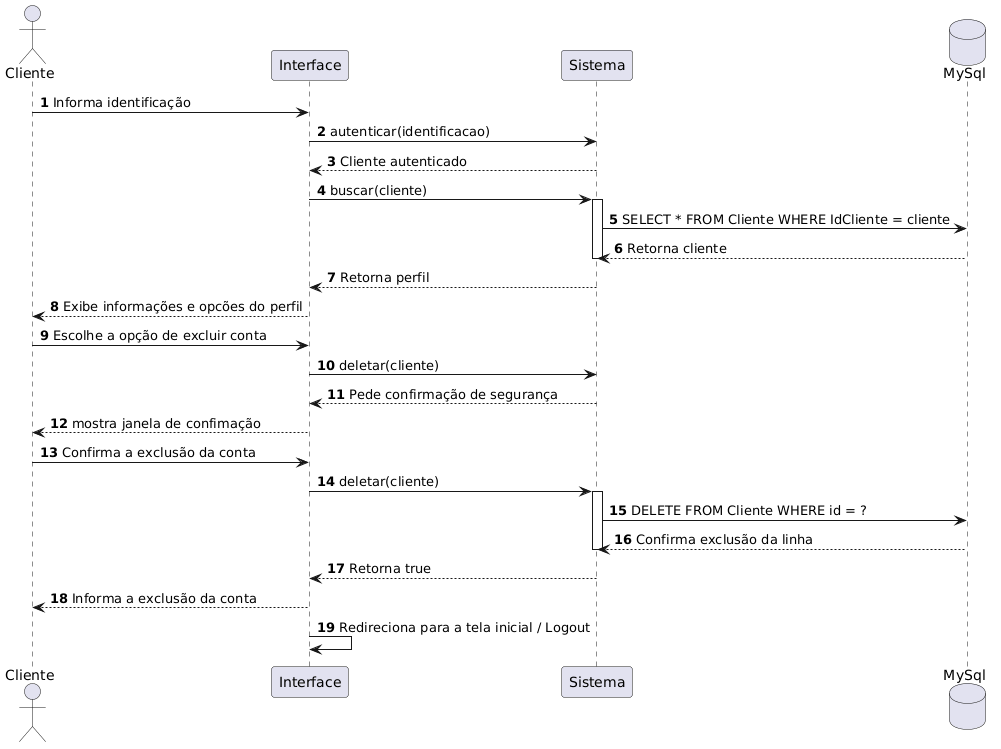
Earlier version of the PlantUML export Documentação/Diagramas/Diagramas de Sequencia/UC4.png (Gnunes27/Projeto-DSC). Its diagram source:
```plantuml
@startuml
autonumber

actor "Cliente" as Cliente
participant "Interface" as Tela
participant "Sistema" as Sis
database "MySql" as BD

Cliente -> Tela: Informa identificação
Tela -> Sis: autenticar(identificacao)
Sis --> Tela: Cliente autenticado

Tela -> Sis: buscar(cliente)
activate Sis
Sis -> BD: SELECT * FROM Cliente WHERE IdCliente = cliente
BD --> Sis: Retorna cliente
deactivate Sis
Sis --> Tela: Retorna perfil
Tela --> Cliente: Exibe informações e opcões do perfil


Cliente -> Tela: Escolhe a opção de excluir conta
Tela -> Sis: deletar(cliente)
Sis --> Tela: Pede confirmação de segurança
Tela --> Cliente: mostra janela de confimação


Cliente -> Tela: Confirma a exclusão da conta
Tela -> Sis: deletar(cliente)
activate Sis
Sis -> BD: DELETE FROM Cliente WHERE id = ?
BD --> Sis: Confirma exclusão da linha
deactivate Sis

Sis --> Tela: Retorna true
Tela --> Cliente: Informa a exclusão da conta
Tela -> Tela: Redireciona para a tela inicial / Logout
@enduml
```
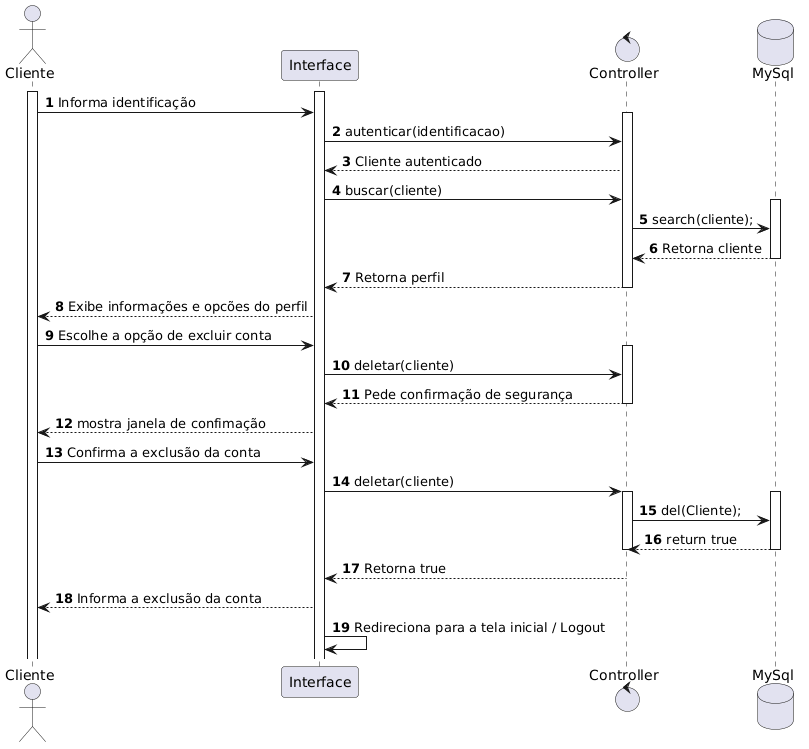
After the change.

Diff of the diagram source:
```diff
@@ -3,33 +3,44 @@
 
 actor "Cliente" as Cliente
 participant "Interface" as Tela
-participant "Sistema" as Sis
+control "Controller" as Sis
 database "MySql" as BD
 
+activate Cliente
+activate Tela
+
 Cliente -> Tela: Informa identificação
+
+activate Sis
+
 Tela -> Sis: autenticar(identificacao)
 Sis --> Tela: Cliente autenticado
 
 Tela -> Sis: buscar(cliente)
-activate Sis
-Sis -> BD: SELECT * FROM Cliente WHERE IdCliente = cliente
+
+activate BD
+Sis -> BD: search(cliente);
 BD --> Sis: Retorna cliente
+deactivate BD
+
+Sis --> Tela: Retorna perfil
 deactivate Sis
-Sis --> Tela: Retorna perfil
 Tela --> Cliente: Exibe informações e opcões do perfil
 
-
 Cliente -> Tela: Escolhe a opção de excluir conta
+activate Sis
 Tela -> Sis: deletar(cliente)
 Sis --> Tela: Pede confirmação de segurança
+deactivate Sis
 Tela --> Cliente: mostra janela de confimação
-
 
 Cliente -> Tela: Confirma a exclusão da conta
 Tela -> Sis: deletar(cliente)
 activate Sis
-Sis -> BD: DELETE FROM Cliente WHERE id = ?
-BD --> Sis: Confirma exclusão da linha
+activate BD
+Sis -> BD: del(Cliente);
+BD --> Sis: return true
+deactivate BD
 deactivate Sis
 
 Sis --> Tela: Retorna true
```
